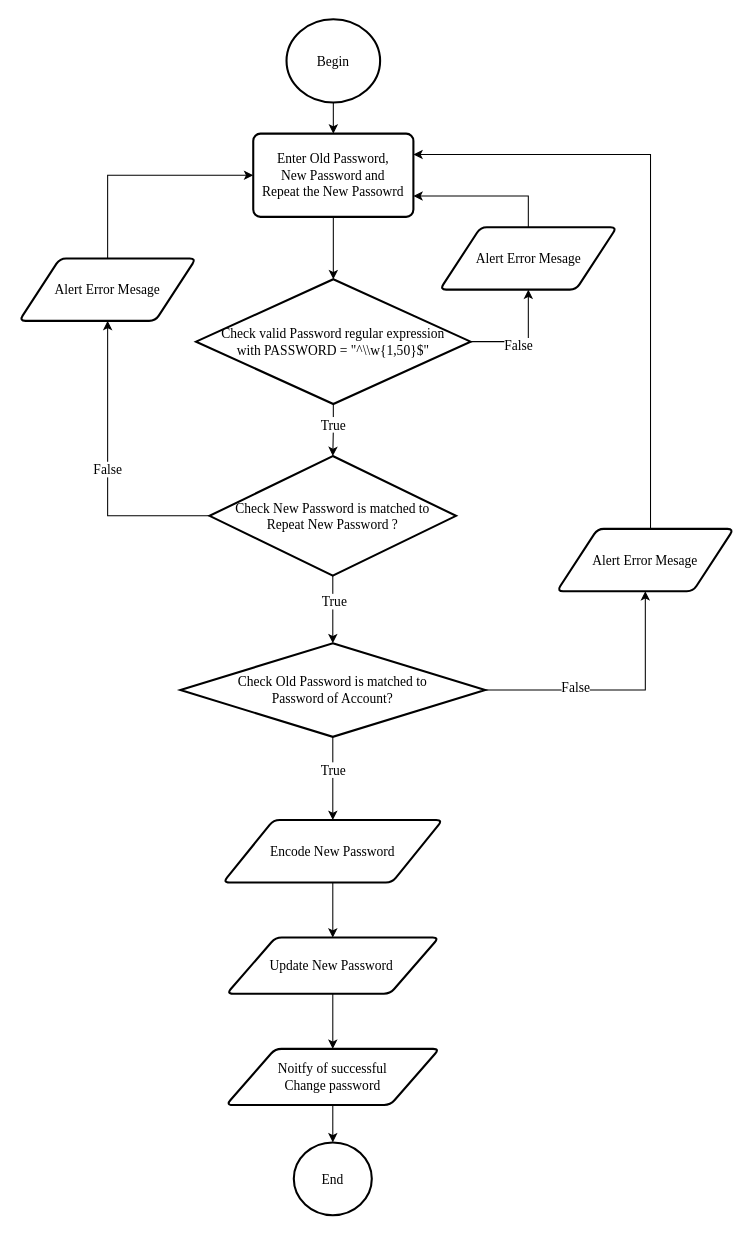
daomtthuan/do-an keeps this draw.io diagram as page "Change Password" (7 of 12) of document/diagram/flowchar_ver2.drawio. Above is the earlier version. Source tidied: cells renumbered, new cells numbered last; positions are measured from the earlier drawing's top-left corner, leaving out a move shared by most shapes. Both pictures are drawn from the tidied source at 104%, with x=0, y=0 at pixel (19, 19).
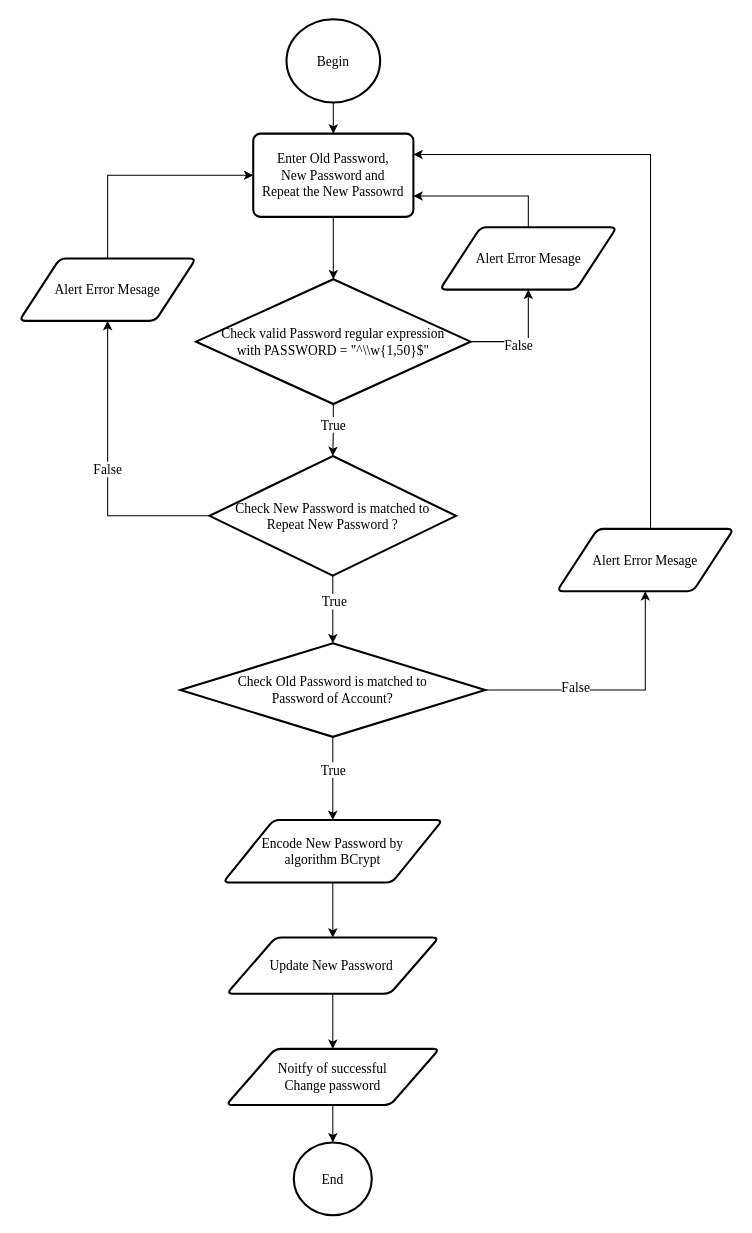
The same diagram, later.

The edit, as a diff of the source:
```diff
@@
-    <mxCell id="33" value="&lt;span style=&quot;font-family: &amp;#34;times new roman&amp;#34; ; font-size: 13px ; white-space: normal&quot;&gt;Encode New Password&lt;/span&gt;" style="shape=parallelogram;html=1;strokeWidth=2;perimeter=parallelogramPerimeter;whiteSpace=wrap;rounded=1;arcSize=12;size=0.23;" parent="1" vertex="1">
+    <mxCell id="33" value="&lt;span style=&quot;font-family: &amp;#34;times new roman&amp;#34; ; font-size: 13px ; white-space: normal&quot;&gt;Encode New Password by &lt;br&gt;algorithm BCrypt&lt;/span&gt;" style="shape=parallelogram;html=1;strokeWidth=2;perimeter=parallelogramPerimeter;whiteSpace=wrap;rounded=1;arcSize=12;size=0.23;" parent="1" vertex="1">
       <mxGeometry x="196" y="770" width="211" height="60" as="geometry" />
     </mxCell>
```
